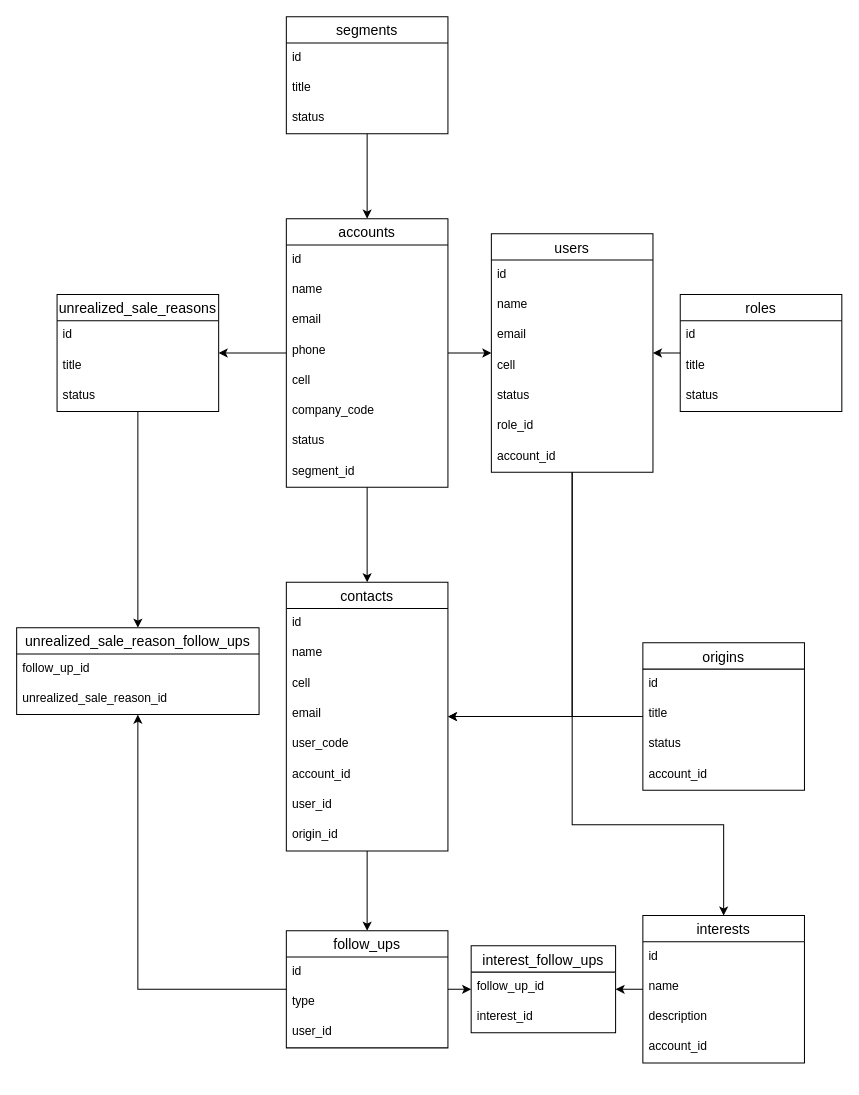
Earlier version of the draw.io diagram struct-db.drawio (thiago662/crm-core). Source tidied: cells renumbered, new cells numbered last; positions are measured from the earlier drawing's top-left corner, leaving out a move shared by most shapes. Both pictures are drawn from the tidied source at 101%, with x=0, y=0 at pixel (16, 16).
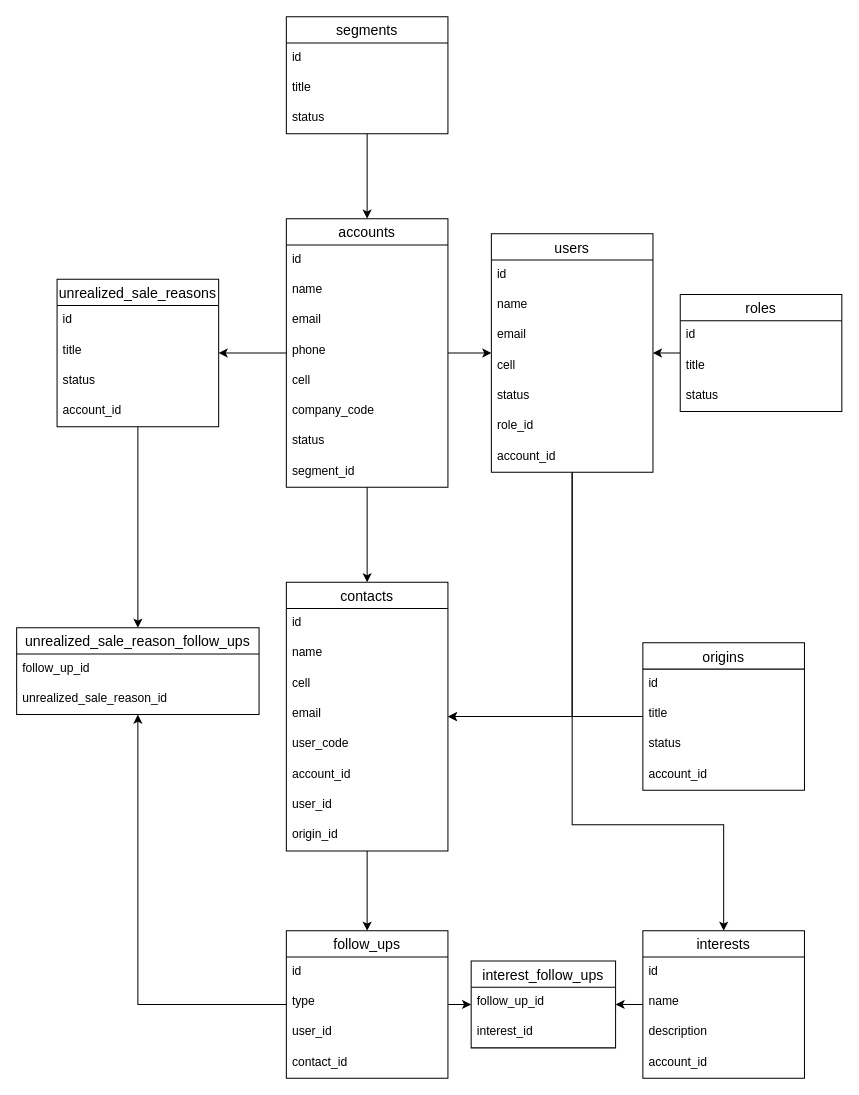
The same page after the edit.

Diff of the diagram source:
```diff
@@
     <mxCell id="30" value="interests" style="swimlane;fontStyle=0;horizontal=1;startSize=26;align=center;fontSize=14;" parent="1" vertex="1">
-      <mxGeometry x="620" y="890" width="160" height="146" as="geometry" />
+      <mxGeometry x="620" y="905" width="160" height="146" as="geometry" />
     </mxCell>
@@
     <mxCell id="46" value="unrealized_sale_reasons" style="swimlane;fontStyle=0;horizontal=1;startSize=26;align=center;fontSize=14;" parent="1" vertex="1">
-      <mxGeometry x="40" y="275" width="160" height="116" as="geometry" />
+      <mxGeometry x="40" y="260" width="160" height="146" as="geometry" />
     </mxCell>
@@
+    <mxCell id="73" value="account_id" style="text;strokeColor=none;fillColor=none;spacingLeft=4;spacingRight=4;overflow=hidden;fontSize=12;" parent="46" vertex="1">
+      <mxGeometry y="116" width="160" height="30" as="geometry" />
+    </mxCell>
@@
     <mxCell id="52" value="follow_ups" style="swimlane;fontStyle=0;horizontal=1;startSize=26;align=center;fontSize=14;" parent="1" vertex="1">
-      <mxGeometry x="267" y="905" width="160" height="116" as="geometry" />
+      <mxGeometry x="267" y="905" width="160" height="146" as="geometry" />
     </mxCell>
@@
+    <mxCell id="74" value="contact_id" style="text;strokeColor=none;fillColor=none;spacingLeft=4;spacingRight=4;overflow=hidden;fontSize=12;" parent="52" vertex="1">
+      <mxGeometry y="116" width="160" height="30" as="geometry" />
+    </mxCell>
@@
     <mxCell id="70" value="interest_follow_ups" style="swimlane;fontStyle=0;horizontal=1;startSize=26;align=center;fontSize=14;" parent="1" vertex="1">
-      <mxGeometry x="450" y="920" width="143" height="86" as="geometry" />
+      <mxGeometry x="450" y="935" width="143" height="86" as="geometry" />
     </mxCell>
```
